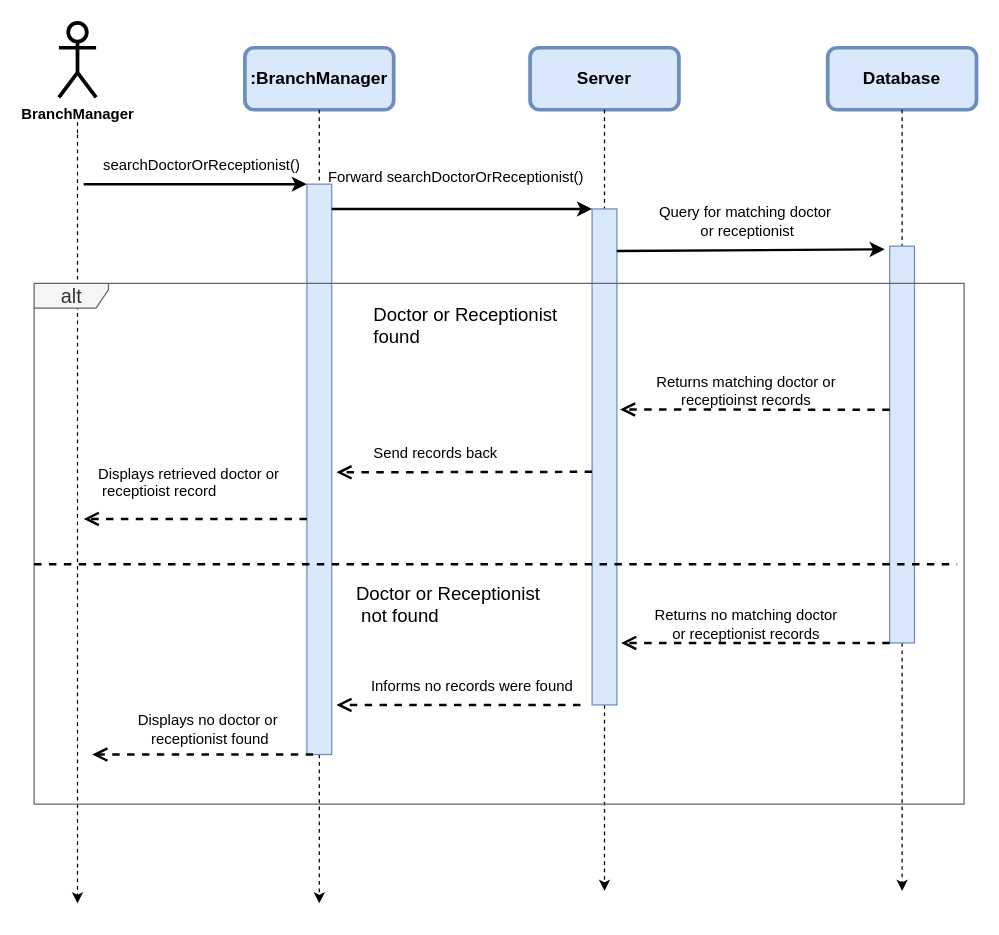
Nama21yo/SDS-EMR keeps this draw.io diagram as UseCase_Diagram/Saron/searchDoctorOrReceptionist.dio. Above is the earlier version. Source tidied: cells renumbered, new cells numbered last; positions are measured from the earlier drawing's top-left corner, leaving out a move shared by most shapes. Both pictures are drawn from the tidied source at 124%, with x=0, y=0 at pixel (33, 22).
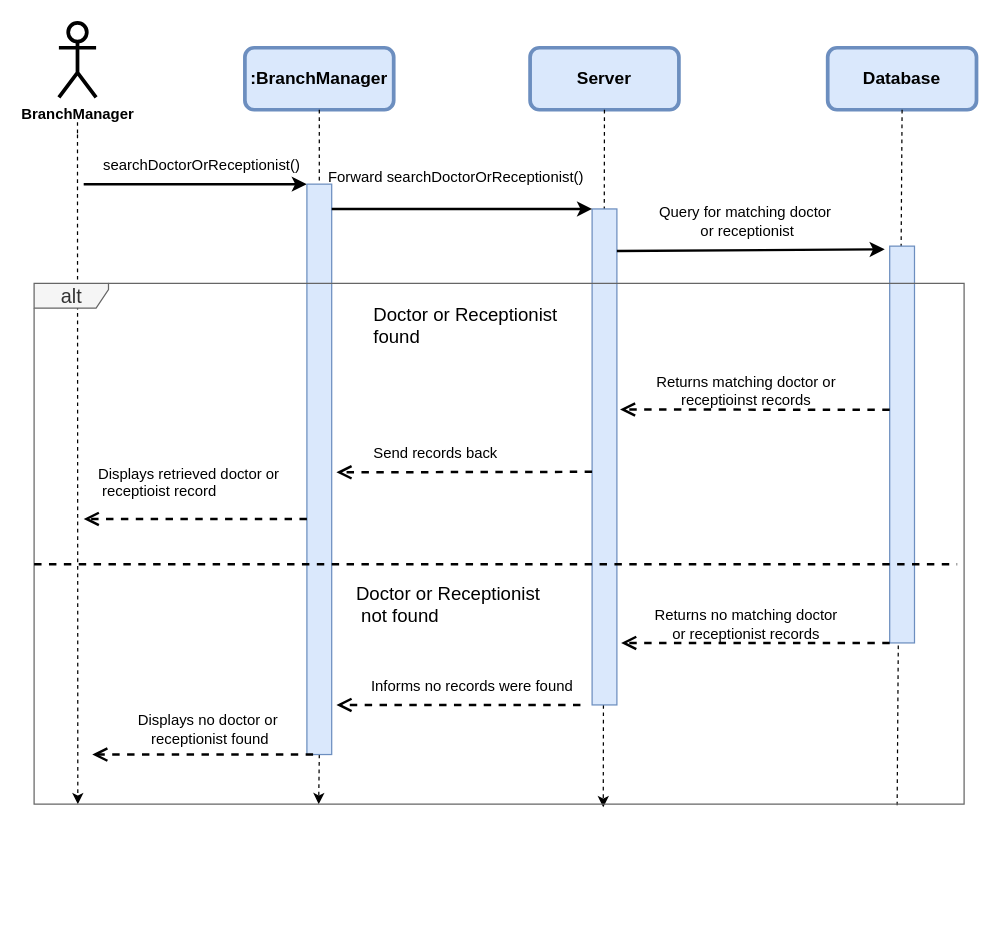
The same page after the edit.

The change refers to these unchanged cells:
```xml
<mxCell id="8" value="&lt;span style=&quot;font-size: 14px;&quot;&gt;&lt;b&gt;&lt;font color=&quot;#000000&quot;&gt;Server&lt;/font&gt;&lt;/b&gt;&lt;/span&gt;" style="rounded=1;whiteSpace=wrap;html=1;strokeWidth=3;fillColor=#dae8fc;strokeColor=#6c8ebf;" parent="1" vertex="1">
  <mxGeometry x="400" y="20" width="120" height="50" as="geometry" />
</mxCell>
<mxCell id="12" style="html=1;points=[];perimeter=orthogonalPerimeter;fontSize=13;fillColor=#dae8fc;strokeColor=#6c8ebf;" parent="1" vertex="1">
  <mxGeometry x="220" y="130" width="20" height="460" as="geometry" />
</mxCell>
<mxCell id="15" value="&lt;span style=&quot;font-size: 14px;&quot;&gt;&lt;b&gt;&lt;font color=&quot;#000000&quot;&gt;Database&lt;/font&gt;&lt;/b&gt;&lt;/span&gt;" style="rounded=1;whiteSpace=wrap;html=1;strokeWidth=3;fillColor=#dae8fc;strokeColor=#6c8ebf;" parent="1" vertex="1">
  <mxGeometry x="640" y="20" width="120" height="50" as="geometry" />
</mxCell>
<mxCell id="19" style="html=1;points=[];perimeter=orthogonalPerimeter;fontSize=13;fillColor=#dae8fc;strokeColor=#6c8ebf;" parent="1" vertex="1">
  <mxGeometry x="690" y="180" width="20" height="320" as="geometry" />
</mxCell>
<mxCell id="22" value="&lt;font style=&quot;font-size: 16px;&quot;&gt;alt&lt;/font&gt;" style="shape=umlFrame;tabWidth=110;tabHeight=30;tabPosition=left;html=1;boundedLbl=1;labelInHeader=1;width=60;height=20;rounded=0;shadow=0;glass=0;sketch=0;fontSize=15;fillColor=#f5f5f5;fontColor=#333333;strokeColor=#666666;" parent="1" vertex="1">
  <mxGeometry y="210" width="750" height="420" as="geometry" />
</mxCell>
```

The edit, as a diff of the source:
```diff
@@
-<mxGraphModel>
+<mxGraphModel background="#ffffff">
@@
-    <mxCell id="3" style="edgeStyle=none;html=1;dashed=1;strokeWidth=1;startArrow=none;" parent="1" edge="1">
+    <mxCell id="3" style="edgeStyle=none;html=1;dashed=1;strokeWidth=1;startArrow=none;entryX=0.047;entryY=1;entryDx=0;entryDy=0;entryPerimeter=0;" parent="1" edge="1" target="22">
       <mxGeometry relative="1" as="geometry">
         <mxPoint x="35" y="90" as="sourcePoint" />
-        <mxPoint x="35" y="710" as="targetPoint" />
         <Array as="points">
           <mxPoint x="35" y="130" />
         </Array>
       </mxGeometry>
     </mxCell>
@@
-    <mxCell id="7" style="edgeStyle=none;html=1;exitX=0.5;exitY=1;exitDx=0;exitDy=0;dashed=1;strokeWidth=1;startArrow=none;" parent="1" edge="1" source="12">
-      <mxGeometry relative="1" as="geometry">
-        <mxPoint x="230" y="710" as="targetPoint" />
-      </mxGeometry>
+    <mxCell id="7" style="edgeStyle=none;html=1;exitX=0.5;exitY=1;exitDx=0;exitDy=0;dashed=1;strokeWidth=1;startArrow=none;entryX=0.306;entryY=1;entryDx=0;entryDy=0;entryPerimeter=0;" parent="1" edge="1" source="12" target="22">
+      <mxGeometry relative="1" as="geometry" />
     </mxCell>
@@
-    <mxCell id="9" style="edgeStyle=none;html=1;dashed=1;strokeWidth=1;" parent="1" edge="1" source="8">
-      <mxGeometry relative="1" as="geometry">
-        <mxPoint x="460" y="700" as="targetPoint" />
-      </mxGeometry>
+    <mxCell id="9" style="edgeStyle=none;html=1;dashed=1;strokeWidth=1;entryX=0.612;entryY=1.006;entryDx=0;entryDy=0;entryPerimeter=0;" parent="1" edge="1" source="8" target="22">
+      <mxGeometry relative="1" as="geometry" />
     </mxCell>
@@
-    <mxCell id="17" style="edgeStyle=none;html=1;dashed=1;strokeWidth=1;exitX=0.5;exitY=1;exitDx=0;exitDy=0;startArrow=none;" parent="1" edge="1" source="19">
-      <mxGeometry relative="1" as="geometry">
-        <mxPoint x="700" y="700" as="targetPoint" />
-        <Array as="points">
-          <mxPoint x="700" y="700" />
-        </Array>
-      </mxGeometry>
-    </mxCell>
-    <mxCell id="18" style="edgeStyle=none;html=1;dashed=1;strokeWidth=1;exitX=0.5;exitY=1;exitDx=0;exitDy=0;endArrow=none;" parent="1" edge="1" source="15" target="19">
+    <mxCell id="18" style="edgeStyle=none;html=1;dashed=1;strokeWidth=1;exitX=0.5;exitY=1;exitDx=0;exitDy=0;endArrow=none;entryX=0.928;entryY=1.003;entryDx=0;entryDy=0;entryPerimeter=0;" parent="1" edge="1" source="15" target="22">
       <mxGeometry relative="1" as="geometry" />
     </mxCell>
```
